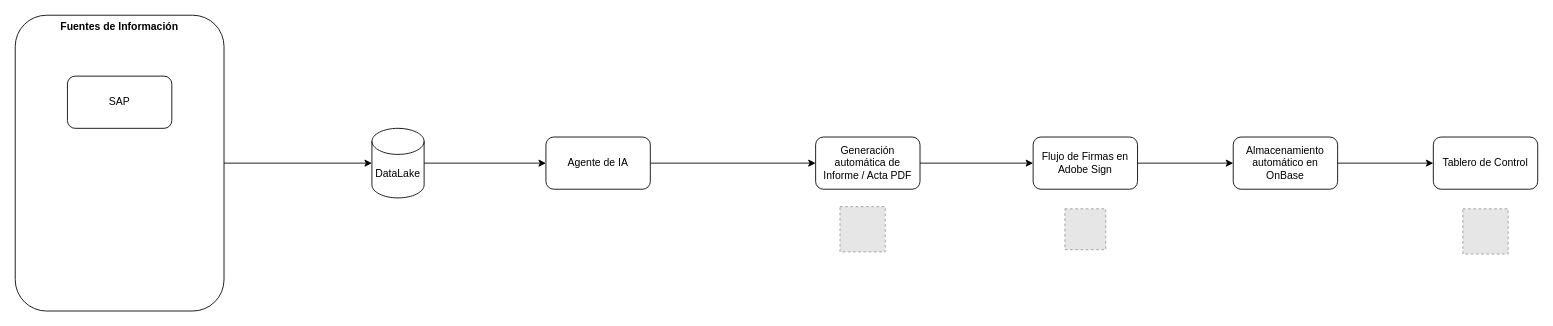
This is Actas de liquidación.drawio from carlosvalderrama1204/diagrams, a draw.io file, before an edit. Source tidied: cells renumbered, new cells numbered last; positions are measured from the earlier drawing's top-left corner, leaving out a move shared by most shapes. Both pictures are drawn from the tidied source at 87%, with x=0, y=0 at pixel (15, 15). Pictures stored in the file or linked from it are replaced by grey dashed boxes.
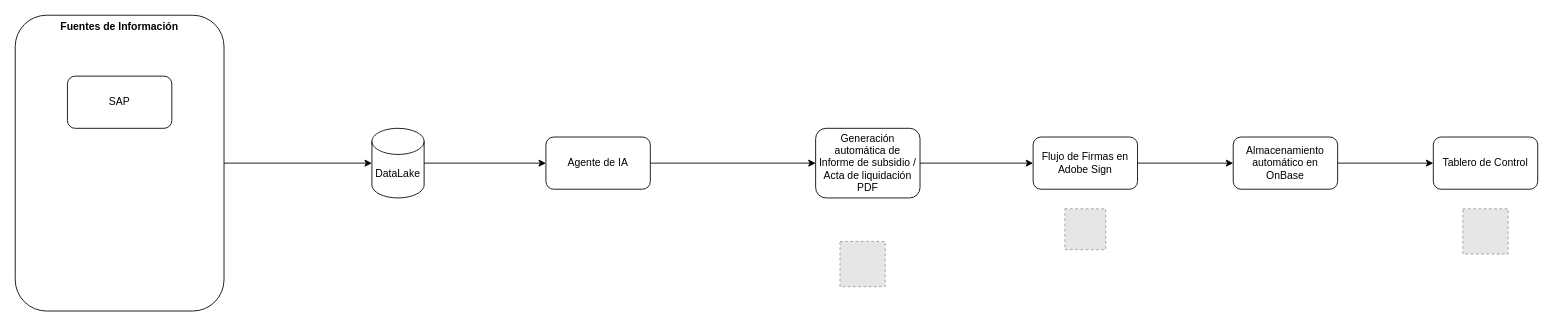
After the change.

The edit, as a diff of the source:
```diff
@@
 <mxGraphModel>
   <root>
     <mxCell id="0" />
     <mxCell id="1" parent="0" />
     <mxCell id="2" style="edgeStyle=orthogonalEdgeStyle;rounded=0;jettySize=auto;html=1;" parent="1" edge="1" source="3" target="15">
       <mxGeometry relative="1" as="geometry" />
     </mxCell>
     <mxCell id="3" value="&lt;span&gt;Fuentes de Información&lt;/span&gt;" style="rounded=1;whiteSpace=wrap;html=1;verticalAlign=top;fontStyle=1;" parent="1" vertex="1">
       <mxGeometry width="240" height="340" as="geometry" />
     </mxCell>
     <mxCell id="4" value="SAP" style="rounded=1;whiteSpace=wrap;html=1;" parent="1" vertex="1">
       <mxGeometry x="60" y="70" width="120" height="60" as="geometry" />
     </mxCell>
     <mxCell id="5" style="edgeStyle=orthogonalEdgeStyle;rounded=0;jettySize=auto;html=1;entryX=0;entryY=0.5;entryDx=0;entryDy=0;" parent="1" edge="1" source="6" target="8">
       <mxGeometry relative="1" as="geometry" />
     </mxCell>
     <mxCell id="6" value="Agente de IA" style="rounded=1;whiteSpace=wrap;html=1;" parent="1" vertex="1">
       <mxGeometry x="610" y="140" width="120" height="60" as="geometry" />
     </mxCell>
     <mxCell id="7" style="edgeStyle=orthogonalEdgeStyle;rounded=0;jettySize=auto;html=1;entryX=0;entryY=0.5;entryDx=0;entryDy=0;" parent="1" edge="1" source="8" target="10">
       <mxGeometry relative="1" as="geometry" />
     </mxCell>
-    <mxCell id="8" value="Generación automática de Informe / Acta PDF" style="rounded=1;whiteSpace=wrap;html=1;" parent="1" vertex="1">
-      <mxGeometry x="920" y="140" width="120" height="60" as="geometry" />
+    <mxCell id="8" value="Generación automática de Informe de subsidio / Acta de liquidación PDF" style="rounded=1;whiteSpace=wrap;html=1;" parent="1" vertex="1">
+      <mxGeometry x="920" y="130" width="120" height="80" as="geometry" />
     </mxCell>
     <mxCell id="9" style="edgeStyle=orthogonalEdgeStyle;rounded=0;jettySize=auto;html=1;entryX=0;entryY=0.5;entryDx=0;entryDy=0;" parent="1" edge="1" source="10" target="12">
       <mxGeometry relative="1" as="geometry" />
     </mxCell>
     <mxCell id="10" value="Flujo de Firmas en Adobe Sign" style="rounded=1;whiteSpace=wrap;html=1;" parent="1" vertex="1">
       <mxGeometry x="1170" y="140" width="120" height="60" as="geometry" />
     </mxCell>
     <mxCell id="11" style="edgeStyle=orthogonalEdgeStyle;rounded=0;jettySize=auto;html=1;" parent="1" edge="1" source="12" target="13">
       <mxGeometry relative="1" as="geometry" />
     </mxCell>
     <mxCell id="12" value="Almacenamiento automático en OnBase" style="rounded=1;whiteSpace=wrap;html=1;" parent="1" vertex="1">
       <mxGeometry x="1400" y="140" width="120" height="60" as="geometry" />
     </mxCell>
     <mxCell id="13" value="Tablero de Control" style="rounded=1;whiteSpace=wrap;html=1;" parent="1" vertex="1">
       <mxGeometry x="1630" y="140" width="120" height="60" as="geometry" />
     </mxCell>
     <mxCell id="14" style="edgeStyle=orthogonalEdgeStyle;rounded=0;jettySize=auto;html=1;" parent="1" edge="1" source="15" target="6">
       <mxGeometry relative="1" as="geometry" />
     </mxCell>
     <mxCell id="15" value="DataLake" style="shape=cylinder3;whiteSpace=wrap;html=1;boundedLbl=1;backgroundOutline=1;size=15;" parent="1" vertex="1">
       <mxGeometry x="410" y="130" width="60" height="80" as="geometry" />
     </mxCell>
     <mxCell id="16" style="fillColor=#E6E6E6;strokeColor=#999999;dashed=1;verticalLabelPosition=bottom;labelBackgroundColor=default;verticalAlign=top;" parent="1" vertex="1">
-      <mxGeometry x="948" y="220" width="52" height="52" as="geometry" />
+      <mxGeometry x="948" y="260" width="52" height="52" as="geometry" />
     </mxCell>
     <mxCell id="17" style="fillColor=#E6E6E6;strokeColor=#999999;dashed=1;verticalLabelPosition=bottom;labelBackgroundColor=default;verticalAlign=top;" parent="1" vertex="1">
       <mxGeometry x="1206.5" y="222.5" width="47" height="47" as="geometry" />
     </mxCell>
     <mxCell id="18" style="fillColor=#E6E6E6;strokeColor=#999999;dashed=1;verticalLabelPosition=bottom;labelBackgroundColor=default;verticalAlign=top;" parent="1" vertex="1">
       <mxGeometry x="1664" y="222.5" width="52" height="52" as="geometry" />
     </mxCell>
   </root>
 </mxGraphModel>
```
